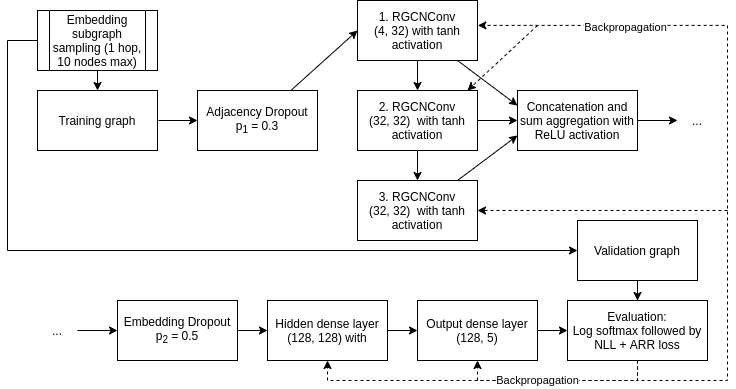
Before: 03_igmc/igmc-architecture.png, a diagram exported from draw.io (tobiasweede/rs-via-gnn). Source tidied: cells renumbered, new cells last; positions are measured from the earlier drawing's top-left corner, leaving out a move shared by most shapes.
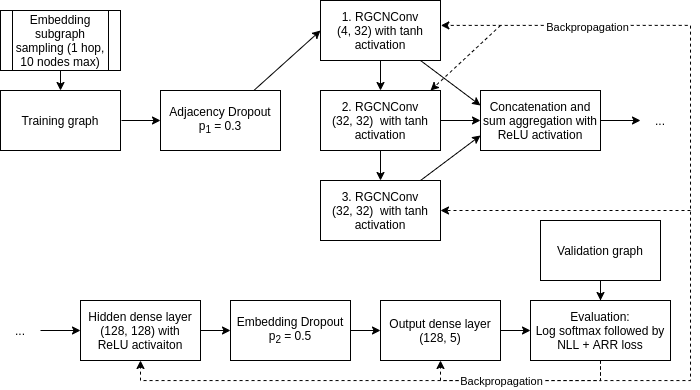
After the change.

The edit, as a diff of the source:
```diff
@@ -28,15 +28,6 @@
     <mxCell id="9" style="edgeStyle=none;rounded=0;jettySize=auto;html=1;entryX=0.5;entryY=0;entryDx=0;entryDy=0;" parent="1" edge="1" source="11" target="8">
       <mxGeometry relative="1" as="geometry" />
     </mxCell>
-    <mxCell id="10" style="edgeStyle=orthogonalEdgeStyle;rounded=0;jettySize=auto;html=1;entryX=0;entryY=0.5;entryDx=0;entryDy=0;" parent="1" edge="1" source="11" target="31">
-      <mxGeometry relative="1" as="geometry">
-        <Array as="points">
-          <mxPoint y="40" />
-          <mxPoint y="250" />
-          <mxPoint x="560" y="250" />
-        </Array>
-      </mxGeometry>
-    </mxCell>
     <mxCell id="11" value="&lt;span&gt;Embedding subgraph sampling (1 hop, 10 nodes max)&lt;/span&gt;" style="shape=process;whiteSpace=wrap;html=1;backgroundOutline=1;" parent="1" vertex="1">
       <mxGeometry x="30" y="10" width="120" height="60" as="geometry" />
     </mxCell>
@@ -49,24 +40,23 @@
     <mxCell id="14" value="2. RGCNConv&lt;br&gt;(32, 32)&amp;nbsp;&amp;nbsp;with tanh activation" style="rounded=0;whiteSpace=wrap;html=1;" parent="1" vertex="1">
       <mxGeometry x="350" y="90" width="120" height="60" as="geometry" />
     </mxCell>
-    <mxCell id="15" style="edgeStyle=none;rounded=0;jettySize=auto;html=1;entryX=0;entryY=0.5;entryDx=0;entryDy=0;" parent="1" edge="1" source="16" target="18">
-      <mxGeometry relative="1" as="geometry" />
+    <mxCell id="15" style="edgeStyle=none;rounded=0;jettySize=auto;html=1;entryX=0;entryY=0.5;entryDx=0;entryDy=0;" parent="1" edge="1" target="18">
+      <mxGeometry relative="1" as="geometry">
+        <mxPoint x="380" y="330" as="sourcePoint" />
+      </mxGeometry>
     </mxCell>
-    <mxCell id="16" value="Hidden dense layer&lt;br&gt;(128, 128) with" style="rounded=0;whiteSpace=wrap;html=1;" parent="1" vertex="1">
-      <mxGeometry x="260" y="300" width="120" height="60" as="geometry" />
-    </mxCell>
     <mxCell id="17" style="edgeStyle=none;rounded=0;jettySize=auto;html=1;entryX=0;entryY=0.5;entryDx=0;entryDy=0;" parent="1" edge="1" source="18" target="29">
       <mxGeometry relative="1" as="geometry" />
     </mxCell>
     <mxCell id="18" value="Output dense layer&lt;br&gt;(128, 5)" style="rounded=0;whiteSpace=wrap;html=1;" parent="1" vertex="1">
       <mxGeometry x="410" y="300" width="120" height="60" as="geometry" />
     </mxCell>
-    <mxCell id="19" style="edgeStyle=none;rounded=0;jettySize=auto;html=1;entryX=0;entryY=0.5;entryDx=0;entryDy=0;" parent="1" edge="1" source="20" target="16">
-      <mxGeometry relative="1" as="geometry" />
+    <mxCell id="19" style="edgeStyle=none;rounded=0;orthogonalLoop=1;jettySize=auto;html=1;entryX=0;entryY=0.5;entryDx=0;entryDy=0;" parent="1" edge="1">
+      <mxGeometry relative="1" as="geometry">
+        <mxPoint x="230" y="330" as="sourcePoint" />
+        <mxPoint x="260" y="330" as="targetPoint" />
+      </mxGeometry>
     </mxCell>
-    <mxCell id="20" value="Embedding Dropout&lt;br&gt;p&lt;sub&gt;2&lt;/sub&gt; = 0.5" style="rounded=0;whiteSpace=wrap;html=1;" parent="1" vertex="1">
-      <mxGeometry x="110" y="300" width="120" height="60" as="geometry" />
-    </mxCell>
     <mxCell id="21" style="edgeStyle=none;rounded=0;jettySize=auto;html=1;entryX=0;entryY=0.75;entryDx=0;entryDy=0;" parent="1" edge="1" source="22" target="24">
       <mxGeometry relative="1" as="geometry" />
     </mxCell>
@@ -84,8 +74,10 @@
     <mxCell id="25" value="..." style="text;html=1;strokeColor=none;fillColor=none;align=center;verticalAlign=middle;whiteSpace=wrap;rounded=0;" parent="1" vertex="1">
       <mxGeometry x="670" y="110" width="40" height="20" as="geometry" />
     </mxCell>
-    <mxCell id="26" style="edgeStyle=none;rounded=0;jettySize=auto;html=1;entryX=0;entryY=0.5;entryDx=0;entryDy=0;" parent="1" edge="1" source="27" target="20">
-      <mxGeometry relative="1" as="geometry" />
+    <mxCell id="26" style="edgeStyle=none;rounded=0;jettySize=auto;html=1;entryX=0;entryY=0.5;entryDx=0;entryDy=0;" parent="1" edge="1" source="27">
+      <mxGeometry relative="1" as="geometry">
+        <mxPoint x="110" y="330" as="targetPoint" />
+      </mxGeometry>
     </mxCell>
     <mxCell id="27" value="..." style="text;html=1;strokeColor=none;fillColor=none;align=center;verticalAlign=middle;whiteSpace=wrap;rounded=0;" parent="1" vertex="1">
       <mxGeometry x="30" y="320" width="40" height="20" as="geometry" />
@@ -102,11 +94,11 @@
     <mxCell id="31" value="Validation graph" style="rounded=0;whiteSpace=wrap;html=1;" parent="1" vertex="1">
       <mxGeometry x="570" y="220" width="120" height="60" as="geometry" />
     </mxCell>
-    <mxCell id="32" style="edgeStyle=orthogonalEdgeStyle;rounded=0;jettySize=auto;html=1;entryX=0.5;entryY=1;entryDx=0;entryDy=0;exitX=0.5;exitY=1;exitDx=0;exitDy=0;dashed=1;" parent="1" edge="1" source="29" target="16">
+    <mxCell id="32" style="edgeStyle=orthogonalEdgeStyle;rounded=0;jettySize=auto;html=1;entryX=0.5;entryY=1;entryDx=0;entryDy=0;exitX=0.5;exitY=1;exitDx=0;exitDy=0;dashed=1;" parent="1" edge="1" source="29" target="38">
       <mxGeometry relative="1" as="geometry">
         <Array as="points">
           <mxPoint x="630" y="380" />
-          <mxPoint x="320" y="380" />
+          <mxPoint x="170" y="380" />
         </Array>
       </mxGeometry>
     </mxCell>
@@ -141,5 +133,11 @@
     <mxCell id="37" value="Backpropagation" style="edgeLabel;html=1;align=center;verticalAlign=middle;" parent="1" vertex="1">
       <mxGeometry x="530" y="380" as="geometry" />
     </mxCell>
+    <mxCell id="38" value="Hidden dense layer&lt;br&gt;(128, 128) with&lt;br&gt;ReLU activaiton" style="rounded=0;whiteSpace=wrap;html=1;" parent="1" vertex="1">
+      <mxGeometry x="110" y="300" width="120" height="60" as="geometry" />
+    </mxCell>
+    <mxCell id="20" value="Embedding Dropout&lt;br&gt;p&lt;sub&gt;2&lt;/sub&gt; = 0.5" style="rounded=0;whiteSpace=wrap;html=1;" parent="1" vertex="1">
+      <mxGeometry x="260" y="300" width="120" height="60" as="geometry" />
+    </mxCell>
   </root>
 </mxGraphModel>
```
